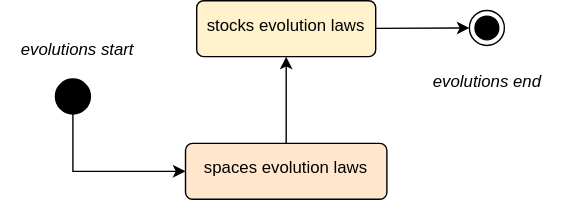
MalcomChumchouaPenda/MC-AB-SFC2 keeps this draw.io diagram as docs/diagrams/dynamic_local_evolutions.drawio.svg. Above is the earlier version. Source tidied: cells renumbered, new cells last; positions are measured from the earlier drawing's top-left corner, leaving out a move shared by most shapes.
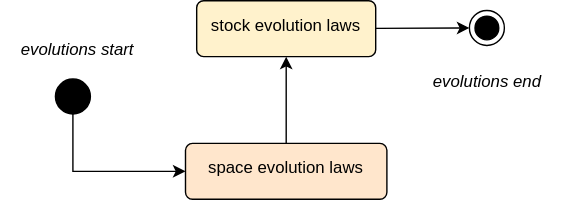
After the change.

The edit, as a diff of the source:
```diff
@@ -5,13 +5,13 @@
     <mxCell id="2" style="edgeStyle=none;html=1;entryX=0;entryY=0.5;entryDx=0;entryDy=0;" parent="1" edge="1" source="3" target="8">
       <mxGeometry relative="1" as="geometry" />
     </mxCell>
-    <mxCell id="3" value="stocks evolution laws" style="html=1;align=center;verticalAlign=top;rounded=1;absoluteArcSize=1;arcSize=10;dashed=0;whiteSpace=wrap;spacingTop=4;fillColor=#fff2cc;strokeColor=#000000;" parent="1" vertex="1">
+    <mxCell id="3" value="stock evolution laws" style="html=1;align=center;verticalAlign=top;rounded=1;absoluteArcSize=1;arcSize=10;dashed=0;whiteSpace=wrap;spacingTop=4;fillColor=#fff2cc;strokeColor=#000000;" parent="1" vertex="1">
       <mxGeometry x="140" width="128" height="40" as="geometry" />
     </mxCell>
     <mxCell id="4" style="edgeStyle=orthogonalEdgeStyle;html=1;entryX=0.5;entryY=1;entryDx=0;entryDy=0;exitX=0.5;exitY=0;exitDx=0;exitDy=0;rounded=0;curved=0;" parent="1" edge="1" source="5" target="3">
       <mxGeometry relative="1" as="geometry" />
     </mxCell>
-    <mxCell id="5" value="spaces evolution laws" style="html=1;align=center;verticalAlign=top;rounded=1;absoluteArcSize=1;arcSize=10;dashed=0;whiteSpace=wrap;spacingTop=4;fillColor=#ffe6cc;strokeColor=#000000;" parent="1" vertex="1">
+    <mxCell id="5" value="space evolution laws" style="html=1;align=center;verticalAlign=top;rounded=1;absoluteArcSize=1;arcSize=10;dashed=0;whiteSpace=wrap;spacingTop=4;fillColor=#ffe6cc;strokeColor=#000000;" parent="1" vertex="1">
       <mxGeometry x="132" y="102" width="144" height="40" as="geometry" />
     </mxCell>
     <mxCell id="6" style="edgeStyle=orthogonalEdgeStyle;html=1;exitX=0.5;exitY=1;exitDx=0;exitDy=0;entryX=0;entryY=0.5;entryDx=0;entryDy=0;rounded=0;curved=0;" parent="1" edge="1" source="7" target="5">
```
